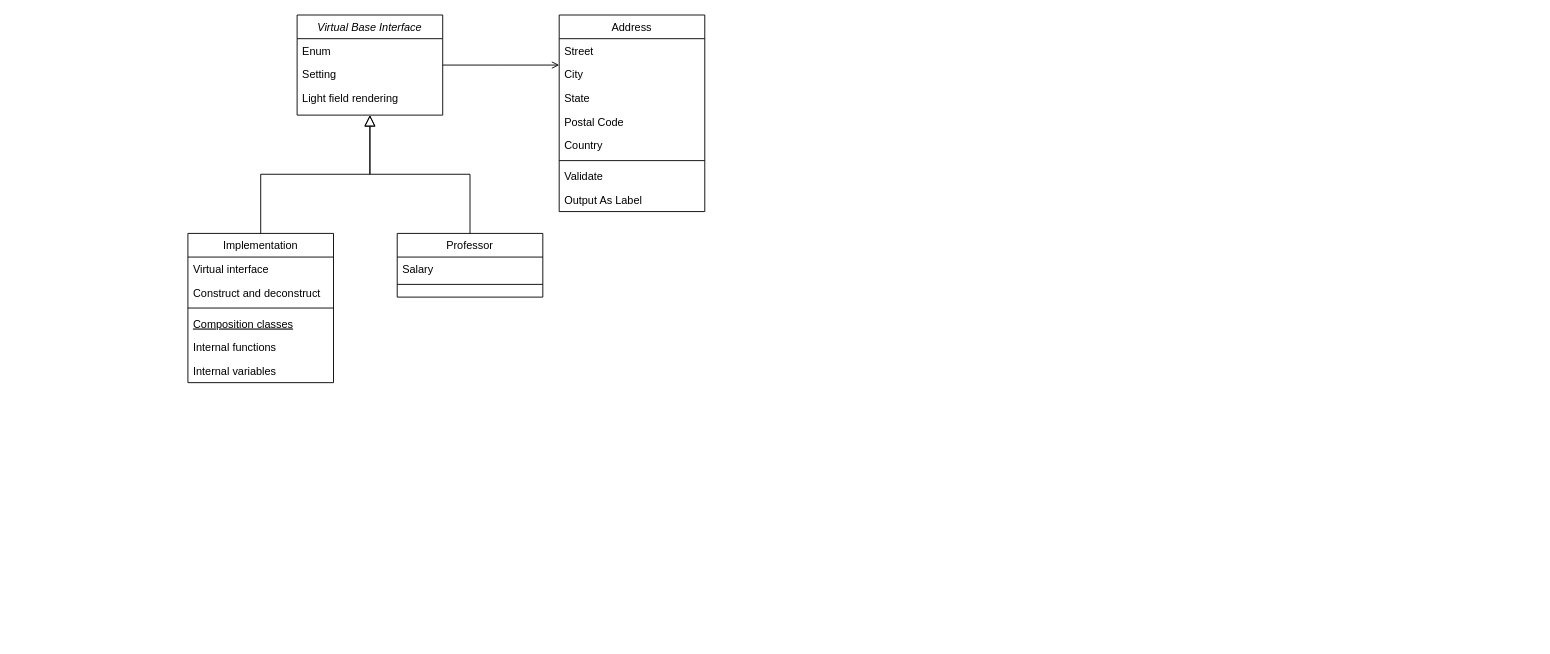
The draw.io diagram class.drawio in Mintpasokon/OpenCV-wavelet, before the edit. Source tidied: cells renumbered, new cells numbered last; positions are measured from the earlier drawing's top-left corner, leaving out a move shared by most shapes. Both pictures are drawn from the tidied source at 91%, with x=0, y=0 at pixel (187, 15).
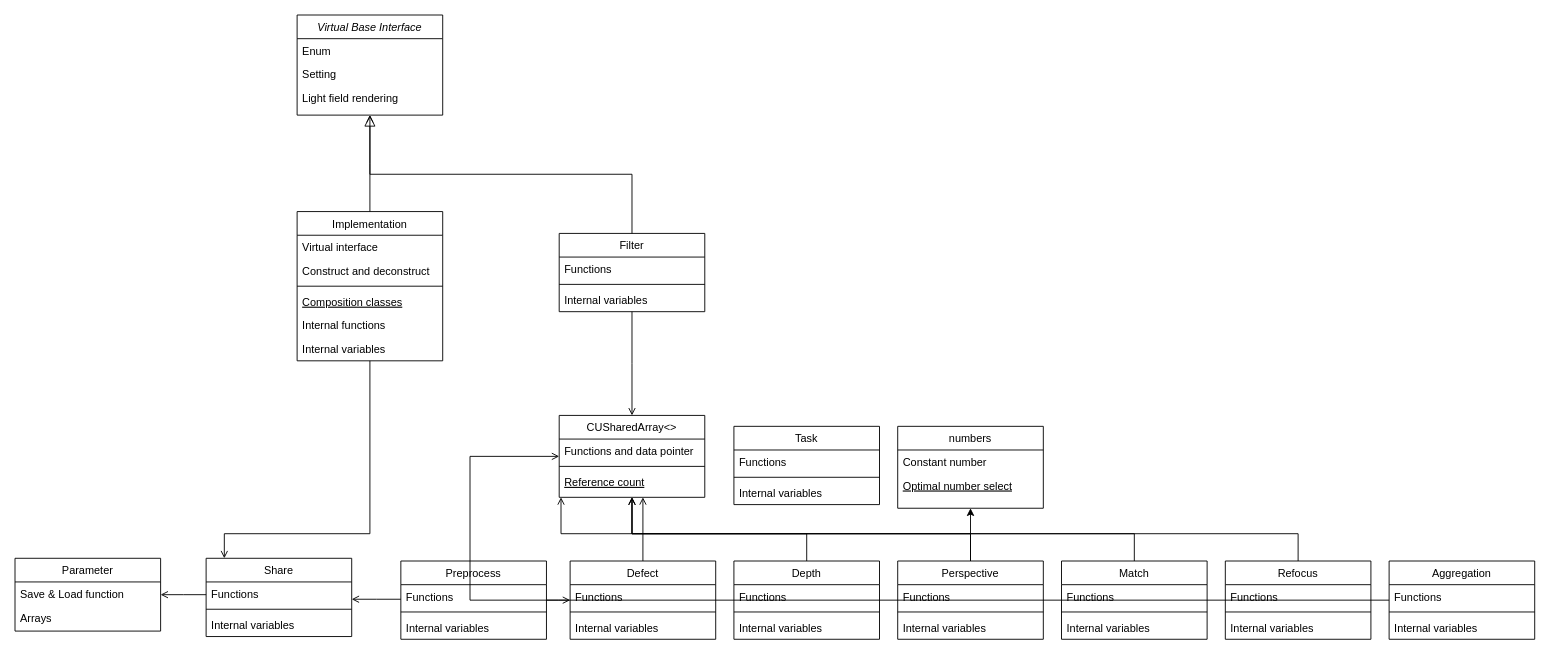
The same diagram, later.

The change refers to these unchanged cells:
```xml
<mxCell id="2" value="Virtual Base Interface" style="swimlane;fontStyle=2;align=center;verticalAlign=top;horizontal=1;startSize=26;rounded=0;shadow=0;strokeWidth=1;swimlaneLine=1;" parent="1" vertex="1">
  <mxGeometry x="120" width="160" height="110" as="geometry" />
</mxCell>
```

Diff of the diagram source:
```diff
@@
     <mxCell id="6" value="Implementation" style="swimlane;fontStyle=0;align=center;verticalAlign=top;horizontal=1;startSize=26;rounded=0;shadow=0;strokeWidth=1;" parent="1" vertex="1">
-      <mxGeometry y="240" width="160" height="164" as="geometry" />
+      <mxGeometry x="120" y="216" width="160" height="164" as="geometry" />
     </mxCell>
@@
-    <mxCell id="14" value="Professor" style="swimlane;fontStyle=0;align=center;verticalAlign=top;horizontal=1;startSize=26;rounded=0;shadow=0;strokeWidth=1;" parent="1" vertex="1">
-      <mxGeometry x="230" y="240" width="160" height="70" as="geometry" />
+    <mxCell id="14" value="Filter" style="swimlane;fontStyle=0;align=center;verticalAlign=top;horizontal=1;startSize=26;rounded=0;shadow=0;strokeWidth=1;" parent="1" vertex="1">
+      <mxGeometry x="408" y="240" width="160" height="86" as="geometry" />
     </mxCell>
-    <mxCell id="15" value="Salary" style="text;align=left;verticalAlign=top;spacingLeft=4;spacingRight=4;overflow=hidden;" parent="14" vertex="1">
+    <mxCell id="15" value="Functions" style="text;align=left;verticalAlign=top;spacingLeft=4;spacingRight=4;overflow=hidden;" parent="14" vertex="1">
       <mxGeometry y="26" width="160" height="26" as="geometry" />
     </mxCell>
@@
+    <mxCell id="28" value="Internal variables" style="text;align=left;verticalAlign=top;spacingLeft=4;spacingRight=4;overflow=hidden;" parent="14" vertex="1">
+      <mxGeometry y="60" width="160" height="26" as="geometry" />
+    </mxCell>
+    <mxCell id="27" style="endArrow=open;shadow=0;strokeWidth=1;rounded=0;endFill=1;edgeStyle=elbowEdgeStyle;elbow=vertical;" parent="1" edge="1" source="64" target="72">
+      <mxGeometry x="0.5" y="41" relative="1" as="geometry">
+        <mxPoint x="-40" y="32" as="offset" />
+      </mxGeometry>
+    </mxCell>
+    <mxCell id="29" value="CUSharedArray&lt;&gt;" style="swimlane;fontStyle=0;align=center;verticalAlign=top;horizontal=1;startSize=26;rounded=0;shadow=0;strokeWidth=1;" parent="1" vertex="1">
+      <mxGeometry x="408" y="440" width="160" height="90" as="geometry" />
+    </mxCell>
+    <mxCell id="30" value="Functions and data pointer" style="text;align=left;verticalAlign=top;spacingLeft=4;spacingRight=4;overflow=hidden;" parent="29" vertex="1">
+      <mxGeometry y="26" width="160" height="26" as="geometry" />
+    </mxCell>
+    <mxCell id="31" style="line;html=1;strokeWidth=1;align=left;verticalAlign=middle;spacingTop=-1;spacingLeft=3;spacingRight=3;labelPosition=right;" parent="29" vertex="1">
+      <mxGeometry y="52" width="160" height="8" as="geometry" />
+    </mxCell>
+    <mxCell id="32" value="Reference count" style="text;align=left;verticalAlign=top;spacingLeft=4;spacingRight=4;overflow=hidden;fontStyle=4;" parent="29" vertex="1">
+      <mxGeometry y="60" width="160" height="26" as="geometry" />
+    </mxCell>
+    <mxCell id="33" value="numbers" style="swimlane;fontStyle=0;align=center;verticalAlign=top;horizontal=1;startSize=26;rounded=0;shadow=0;strokeWidth=1;" parent="1" vertex="1">
+      <mxGeometry x="780" y="452" width="160" height="90" as="geometry" />
+    </mxCell>
+    <mxCell id="34" value="Constant number" style="text;align=left;verticalAlign=top;spacingLeft=4;spacingRight=4;overflow=hidden;" parent="33" vertex="1">
+      <mxGeometry y="26" width="160" height="26" as="geometry" />
+    </mxCell>
+    <mxCell id="35" value="Optimal number select" style="text;align=left;verticalAlign=top;spacingLeft=4;spacingRight=4;overflow=hidden;fontStyle=4;" parent="33" vertex="1">
+      <mxGeometry y="52" width="160" height="26" as="geometry" />
+    </mxCell>
+    <mxCell id="36" value="Aggregation" style="swimlane;fontStyle=0;align=center;verticalAlign=top;horizontal=1;startSize=26;rounded=0;shadow=0;strokeWidth=1;" parent="1" vertex="1">
+      <mxGeometry x="1320" y="600" width="160" height="86" as="geometry" />
+    </mxCell>
+    <mxCell id="37" value="Functions" style="text;align=left;verticalAlign=top;spacingLeft=4;spacingRight=4;overflow=hidden;" parent="36" vertex="1">
+      <mxGeometry y="26" width="160" height="26" as="geometry" />
+    </mxCell>
+    <mxCell id="38" style="line;html=1;strokeWidth=1;align=left;verticalAlign=middle;spacingTop=-1;spacingLeft=3;spacingRight=3;labelPosition=right;" parent="36" vertex="1">
+      <mxGeometry y="52" width="160" height="8" as="geometry" />
+    </mxCell>
+    <mxCell id="39" value="Internal variables" style="text;align=left;verticalAlign=top;spacingLeft=4;spacingRight=4;overflow=hidden;" parent="36" vertex="1">
+      <mxGeometry y="60" width="160" height="26" as="geometry" />
+    </mxCell>
+    <mxCell id="40" value="Defect" style="swimlane;fontStyle=0;align=center;verticalAlign=top;horizontal=1;startSize=26;rounded=0;shadow=0;strokeWidth=1;" parent="1" vertex="1">
+      <mxGeometry x="420" y="600" width="160" height="86" as="geometry" />
+    </mxCell>
+    <mxCell id="41" value="Functions" style="text;align=left;verticalAlign=top;spacingLeft=4;spacingRight=4;overflow=hidden;" parent="40" vertex="1">
+      <mxGeometry y="26" width="160" height="26" as="geometry" />
+    </mxCell>
+    <mxCell id="42" style="line;html=1;strokeWidth=1;align=left;verticalAlign=middle;spacingTop=-1;spacingLeft=3;spacingRight=3;labelPosition=right;" parent="40" vertex="1">
+      <mxGeometry y="52" width="160" height="8" as="geometry" />
+    </mxCell>
+    <mxCell id="43" value="Internal variables" style="text;align=left;verticalAlign=top;spacingLeft=4;spacingRight=4;overflow=hidden;" parent="40" vertex="1">
+      <mxGeometry y="60" width="160" height="26" as="geometry" />
+    </mxCell>
+    <mxCell id="44" value="Depth" style="swimlane;fontStyle=0;align=center;verticalAlign=top;horizontal=1;startSize=26;rounded=0;shadow=0;strokeWidth=1;" parent="1" vertex="1">
+      <mxGeometry x="600" y="600" width="160" height="86" as="geometry" />
+    </mxCell>
+    <mxCell id="45" value="Functions" style="text;align=left;verticalAlign=top;spacingLeft=4;spacingRight=4;overflow=hidden;" parent="44" vertex="1">
+      <mxGeometry y="26" width="160" height="26" as="geometry" />
+    </mxCell>
+    <mxCell id="46" style="line;html=1;strokeWidth=1;align=left;verticalAlign=middle;spacingTop=-1;spacingLeft=3;spacingRight=3;labelPosition=right;" parent="44" vertex="1">
+      <mxGeometry y="52" width="160" height="8" as="geometry" />
+    </mxCell>
+    <mxCell id="47" value="Internal variables" style="text;align=left;verticalAlign=top;spacingLeft=4;spacingRight=4;overflow=hidden;" parent="44" vertex="1">
+      <mxGeometry y="60" width="160" height="26" as="geometry" />
+    </mxCell>
+    <mxCell id="48" value="Match" style="swimlane;fontStyle=0;align=center;verticalAlign=top;horizontal=1;startSize=26;rounded=0;shadow=0;strokeWidth=1;" parent="1" vertex="1">
+      <mxGeometry x="960" y="600" width="160" height="86" as="geometry" />
+    </mxCell>
+    <mxCell id="49" value="Functions" style="text;align=left;verticalAlign=top;spacingLeft=4;spacingRight=4;overflow=hidden;" parent="48" vertex="1">
+      <mxGeometry y="26" width="160" height="26" as="geometry" />
+    </mxCell>
+    <mxCell id="50" style="line;html=1;strokeWidth=1;align=left;verticalAlign=middle;spacingTop=-1;spacingLeft=3;spacingRight=3;labelPosition=right;" parent="48" vertex="1">
+      <mxGeometry y="52" width="160" height="8" as="geometry" />
+    </mxCell>
+    <mxCell id="51" value="Internal variables" style="text;align=left;verticalAlign=top;spacingLeft=4;spacingRight=4;overflow=hidden;" parent="48" vertex="1">
+      <mxGeometry y="60" width="160" height="26" as="geometry" />
+    </mxCell>
+    <mxCell id="52" value="Perspective" style="swimlane;fontStyle=0;align=center;verticalAlign=top;horizontal=1;startSize=26;rounded=0;shadow=0;strokeWidth=1;" parent="1" vertex="1">
+      <mxGeometry x="780" y="600" width="160" height="86" as="geometry" />
+    </mxCell>
+    <mxCell id="53" value="Functions" style="text;align=left;verticalAlign=top;spacingLeft=4;spacingRight=4;overflow=hidden;" parent="52" vertex="1">
+      <mxGeometry y="26" width="160" height="26" as="geometry" />
+    </mxCell>
+    <mxCell id="54" style="line;html=1;strokeWidth=1;align=left;verticalAlign=middle;spacingTop=-1;spacingLeft=3;spacingRight=3;labelPosition=right;" parent="52" vertex="1">
+      <mxGeometry y="52" width="160" height="8" as="geometry" />
+    </mxCell>
+    <mxCell id="55" value="Internal variables" style="text;align=left;verticalAlign=top;spacingLeft=4;spacingRight=4;overflow=hidden;" parent="52" vertex="1">
+      <mxGeometry y="60" width="160" height="26" as="geometry" />
+    </mxCell>
+    <mxCell id="56" value="Preprocess" style="swimlane;fontStyle=0;align=center;verticalAlign=top;horizontal=1;startSize=26;rounded=0;shadow=0;strokeWidth=1;" parent="1" vertex="1">
+      <mxGeometry x="234" y="600" width="160" height="86" as="geometry" />
+    </mxCell>
+    <mxCell id="57" value="Functions" style="text;align=left;verticalAlign=top;spacingLeft=4;spacingRight=4;overflow=hidden;" parent="56" vertex="1">
+      <mxGeometry y="26" width="160" height="26" as="geometry" />
+    </mxCell>
+    <mxCell id="58" style="line;html=1;strokeWidth=1;align=left;verticalAlign=middle;spacingTop=-1;spacingLeft=3;spacingRight=3;labelPosition=right;" parent="56" vertex="1">
+      <mxGeometry y="52" width="160" height="8" as="geometry" />
+    </mxCell>
+    <mxCell id="59" value="Internal variables" style="text;align=left;verticalAlign=top;spacingLeft=4;spacingRight=4;overflow=hidden;" parent="56" vertex="1">
+      <mxGeometry y="60" width="160" height="26" as="geometry" />
+    </mxCell>
+    <mxCell id="60" value="Refocus" style="swimlane;fontStyle=0;align=center;verticalAlign=top;horizontal=1;startSize=26;rounded=0;shadow=0;strokeWidth=1;" parent="1" vertex="1">
+      <mxGeometry x="1140" y="600" width="160" height="86" as="geometry" />
+    </mxCell>
+    <mxCell id="61" value="Functions" style="text;align=left;verticalAlign=top;spacingLeft=4;spacingRight=4;overflow=hidden;" parent="60" vertex="1">
+      <mxGeometry y="26" width="160" height="26" as="geometry" />
+    </mxCell>
+    <mxCell id="62" style="line;html=1;strokeWidth=1;align=left;verticalAlign=middle;spacingTop=-1;spacingLeft=3;spacingRight=3;labelPosition=right;" parent="60" vertex="1">
+      <mxGeometry y="52" width="160" height="8" as="geometry" />
+    </mxCell>
+    <mxCell id="63" value="Internal variables" style="text;align=left;verticalAlign=top;spacingLeft=4;spacingRight=4;overflow=hidden;" parent="60" vertex="1">
+      <mxGeometry y="60" width="160" height="26" as="geometry" />
+    </mxCell>
+    <mxCell id="64" value="Share" style="swimlane;fontStyle=0;align=center;verticalAlign=top;horizontal=1;startSize=26;rounded=0;shadow=0;strokeWidth=1;" parent="1" vertex="1">
+      <mxGeometry x="20" y="597" width="160" height="86" as="geometry" />
+    </mxCell>
+    <mxCell id="65" value="Functions" style="text;align=left;verticalAlign=top;spacingLeft=4;spacingRight=4;overflow=hidden;" parent="64" vertex="1">
+      <mxGeometry y="26" width="160" height="26" as="geometry" />
+    </mxCell>
+    <mxCell id="66" style="line;html=1;strokeWidth=1;align=left;verticalAlign=middle;spacingTop=-1;spacingLeft=3;spacingRight=3;labelPosition=right;" parent="64" vertex="1">
+      <mxGeometry y="52" width="160" height="8" as="geometry" />
+    </mxCell>
+    <mxCell id="67" value="Internal variables" style="text;align=left;verticalAlign=top;spacingLeft=4;spacingRight=4;overflow=hidden;" parent="64" vertex="1">
+      <mxGeometry y="60" width="160" height="26" as="geometry" />
+    </mxCell>
+    <mxCell id="68" value="Task" style="swimlane;fontStyle=0;align=center;verticalAlign=top;horizontal=1;startSize=26;rounded=0;shadow=0;strokeWidth=1;" parent="1" vertex="1">
+      <mxGeometry x="600" y="452" width="160" height="86" as="geometry" />
+    </mxCell>
+    <mxCell id="69" value="Functions" style="text;align=left;verticalAlign=top;spacingLeft=4;spacingRight=4;overflow=hidden;" parent="68" vertex="1">
+      <mxGeometry y="26" width="160" height="26" as="geometry" />
+    </mxCell>
+    <mxCell id="70" style="line;html=1;strokeWidth=1;align=left;verticalAlign=middle;spacingTop=-1;spacingLeft=3;spacingRight=3;labelPosition=right;" parent="68" vertex="1">
+      <mxGeometry y="52" width="160" height="8" as="geometry" />
+    </mxCell>
+    <mxCell id="71" value="Internal variables" style="text;align=left;verticalAlign=top;spacingLeft=4;spacingRight=4;overflow=hidden;" parent="68" vertex="1">
+      <mxGeometry y="60" width="160" height="26" as="geometry" />
+    </mxCell>
+    <mxCell id="72" value="Parameter" style="swimlane;fontStyle=0;align=center;verticalAlign=top;horizontal=1;startSize=26;rounded=0;shadow=0;strokeWidth=1;" parent="1" vertex="1">
+      <mxGeometry x="-190" y="597" width="160" height="80" as="geometry" />
+    </mxCell>
+    <mxCell id="73" value="Save &amp; Load function" style="text;align=left;verticalAlign=top;spacingLeft=4;spacingRight=4;overflow=hidden;" parent="72" vertex="1">
+      <mxGeometry y="26" width="160" height="26" as="geometry" />
+    </mxCell>
+    <mxCell id="74" value="Arrays" style="text;align=left;verticalAlign=top;spacingLeft=4;spacingRight=4;overflow=hidden;rounded=0;shadow=0;html=0;" parent="72" vertex="1">
+      <mxGeometry y="52" width="160" height="26" as="geometry" />
+    </mxCell>
+    <mxCell id="75" style="endArrow=open;shadow=0;strokeWidth=1;rounded=0;endFill=1;edgeStyle=elbowEdgeStyle;elbow=vertical;" parent="1" edge="1" source="56" target="64">
+      <mxGeometry x="0.5" y="41" relative="1" as="geometry">
+        <mxPoint x="-40" y="32" as="offset" />
+      </mxGeometry>
+    </mxCell>
+    <mxCell id="76" style="endArrow=open;shadow=0;strokeWidth=1;rounded=0;endFill=1;edgeStyle=elbowEdgeStyle;elbow=vertical;" parent="1" edge="1" source="14" target="29">
+      <mxGeometry x="0.5" y="41" relative="1" as="geometry">
+        <mxPoint x="-40" y="32" as="offset" />
+      </mxGeometry>
+    </mxCell>
+    <mxCell id="77" style="endArrow=open;shadow=0;strokeWidth=1;rounded=0;endFill=1;edgeStyle=elbowEdgeStyle;elbow=vertical;" parent="1" edge="1" source="44" target="29">
+      <mxGeometry x="0.5" y="41" relative="1" as="geometry">
+        <Array as="points">
+          <mxPoint x="500" y="570" />
+        </Array>
+        <mxPoint x="-40" y="32" as="offset" />
+      </mxGeometry>
+    </mxCell>
+    <mxCell id="78" style="endArrow=open;shadow=0;strokeWidth=1;rounded=0;endFill=1;edgeStyle=elbowEdgeStyle;elbow=vertical;" parent="1" edge="1" source="6" target="64">
+      <mxGeometry x="0.5" y="41" relative="1" as="geometry">
+        <Array as="points">
+          <mxPoint x="40" y="570" />
+        </Array>
+        <mxPoint x="-40" y="32" as="offset" />
+      </mxGeometry>
+    </mxCell>
+    <mxCell id="79" style="endArrow=open;shadow=0;strokeWidth=1;rounded=0;endFill=1;edgeStyle=elbowEdgeStyle;elbow=vertical;" parent="1" edge="1" source="56" target="40">
+      <mxGeometry x="0.5" y="41" relative="1" as="geometry">
+        <mxPoint x="-40" y="32" as="offset" />
+      </mxGeometry>
+    </mxCell>
+    <mxCell id="80" style="endArrow=open;shadow=0;strokeWidth=1;rounded=0;endFill=1;edgeStyle=elbowEdgeStyle;elbow=vertical;" parent="1" edge="1" source="40" target="29">
+      <mxGeometry x="0.5" y="41" relative="1" as="geometry">
+        <Array as="points">
+          <mxPoint x="410" y="570" />
+        </Array>
+        <mxPoint x="-40" y="32" as="offset" />
+      </mxGeometry>
+    </mxCell>
-    <mxCell id="17" style="endArrow=block;endSize=10;endFill=0;shadow=0;strokeWidth=1;rounded=0;edgeStyle=elbowEdgeStyle;elbow=vertical;" parent="1" edge="1" source="14" target="2">
-      <mxGeometry relative="1" as="geometry" />
+    <mxCell id="17" style="endArrow=open;shadow=0;strokeWidth=1;rounded=0;endFill=1;edgeStyle=elbowEdgeStyle;elbow=vertical;" parent="1" edge="1" source="14" target="2">
+      <mxGeometry x="0.5" y="41" relative="1" as="geometry">
+        <mxPoint x="-40" y="32" as="offset" />
+      </mxGeometry>
     </mxCell>
-    <mxCell id="18" value="Address" style="swimlane;fontStyle=0;align=center;verticalAlign=top;horizontal=1;startSize=26;rounded=0;shadow=0;strokeWidth=1;" parent="1" vertex="1">
-      <mxGeometry x="408" width="160" height="216" as="geometry" />
-    </mxCell>
-    <mxCell id="19" value="Street" style="text;align=left;verticalAlign=top;spacingLeft=4;spacingRight=4;overflow=hidden;" parent="18" vertex="1">
-      <mxGeometry y="26" width="160" height="26" as="geometry" />
-    </mxCell>
-    <mxCell id="20" value="City" style="text;align=left;verticalAlign=top;spacingLeft=4;spacingRight=4;overflow=hidden;rounded=0;shadow=0;html=0;" parent="18" vertex="1">
-      <mxGeometry y="52" width="160" height="26" as="geometry" />
-    </mxCell>
-    <mxCell id="21" value="State" style="text;align=left;verticalAlign=top;spacingLeft=4;spacingRight=4;overflow=hidden;rounded=0;shadow=0;html=0;" parent="18" vertex="1">
-      <mxGeometry y="78" width="160" height="26" as="geometry" />
-    </mxCell>
-    <mxCell id="22" value="Postal Code" style="text;align=left;verticalAlign=top;spacingLeft=4;spacingRight=4;overflow=hidden;rounded=0;shadow=0;html=0;" parent="18" vertex="1">
-      <mxGeometry y="104" width="160" height="26" as="geometry" />
-    </mxCell>
-    <mxCell id="23" value="Country" style="text;align=left;verticalAlign=top;spacingLeft=4;spacingRight=4;overflow=hidden;rounded=0;shadow=0;html=0;" parent="18" vertex="1">
-      <mxGeometry y="130" width="160" height="26" as="geometry" />
-    </mxCell>
-    <mxCell id="24" style="line;html=1;strokeWidth=1;align=left;verticalAlign=middle;spacingTop=-1;spacingLeft=3;spacingRight=3;labelPosition=right;" parent="18" vertex="1">
-      <mxGeometry y="156" width="160" height="8" as="geometry" />
-    </mxCell>
-    <mxCell id="25" value="Validate" style="text;align=left;verticalAlign=top;spacingLeft=4;spacingRight=4;overflow=hidden;" parent="18" vertex="1">
-      <mxGeometry y="164" width="160" height="26" as="geometry" />
-    </mxCell>
-    <mxCell id="26" value="Output As Label" style="text;align=left;verticalAlign=top;spacingLeft=4;spacingRight=4;overflow=hidden;" parent="18" vertex="1">
-      <mxGeometry y="190" width="160" height="26" as="geometry" />
-    </mxCell>
-    <mxCell id="27" style="endArrow=open;shadow=0;strokeWidth=1;rounded=0;endFill=1;edgeStyle=elbowEdgeStyle;elbow=vertical;" parent="1" edge="1" source="2" target="18">
-      <mxGeometry x="0.5" y="41" relative="1" as="geometry">
-        <mxPoint x="-40" y="32" as="offset" />
-      </mxGeometry>
-    </mxCell>
+    <mxCell id="81" style="endArrow=open;shadow=0;strokeWidth=1;rounded=0;endFill=1;edgeStyle=elbowEdgeStyle;elbow=vertical;" parent="1" edge="1" source="52" target="29">
+      <mxGeometry x="0.5" y="41" relative="1" as="geometry">
+        <Array as="points">
+          <mxPoint x="580" y="570" />
+        </Array>
+        <mxPoint x="-40" y="32" as="offset" />
+      </mxGeometry>
+    </mxCell>
+    <mxCell id="82" style="endArrow=open;shadow=0;strokeWidth=1;rounded=0;endFill=1;edgeStyle=elbowEdgeStyle;elbow=vertical;" parent="1" edge="1" source="48" target="29">
+      <mxGeometry x="0.5" y="41" relative="1" as="geometry">
+        <Array as="points">
+          <mxPoint x="680" y="570" />
+        </Array>
+        <mxPoint x="-40" y="32" as="offset" />
+      </mxGeometry>
+    </mxCell>
+    <mxCell id="83" style="endArrow=open;shadow=0;strokeWidth=1;rounded=0;endFill=1;edgeStyle=elbowEdgeStyle;elbow=vertical;" parent="1" edge="1" source="60" target="29">
+      <mxGeometry x="0.5" y="41" relative="1" as="geometry">
+        <Array as="points">
+          <mxPoint x="760" y="570" />
+        </Array>
+        <mxPoint x="-40" y="32" as="offset" />
+      </mxGeometry>
+    </mxCell>
+    <mxCell id="84" style="endArrow=open;shadow=0;strokeWidth=1;rounded=0;endFill=1;edgeStyle=elbowEdgeStyle;elbow=vertical;" parent="1" edge="1" source="36" target="29">
+      <mxGeometry x="0.5" y="41" relative="1" as="geometry">
+        <Array as="points">
+          <mxPoint x="310" y="570" />
+        </Array>
+        <mxPoint x="-40" y="32" as="offset" />
+      </mxGeometry>
+    </mxCell>
+    <mxCell id="85" style="endArrow=classic;html=1;" parent="1" edge="1" source="52" target="33">
+      <mxGeometry relative="1" as="geometry" />
+    </mxCell>
```
